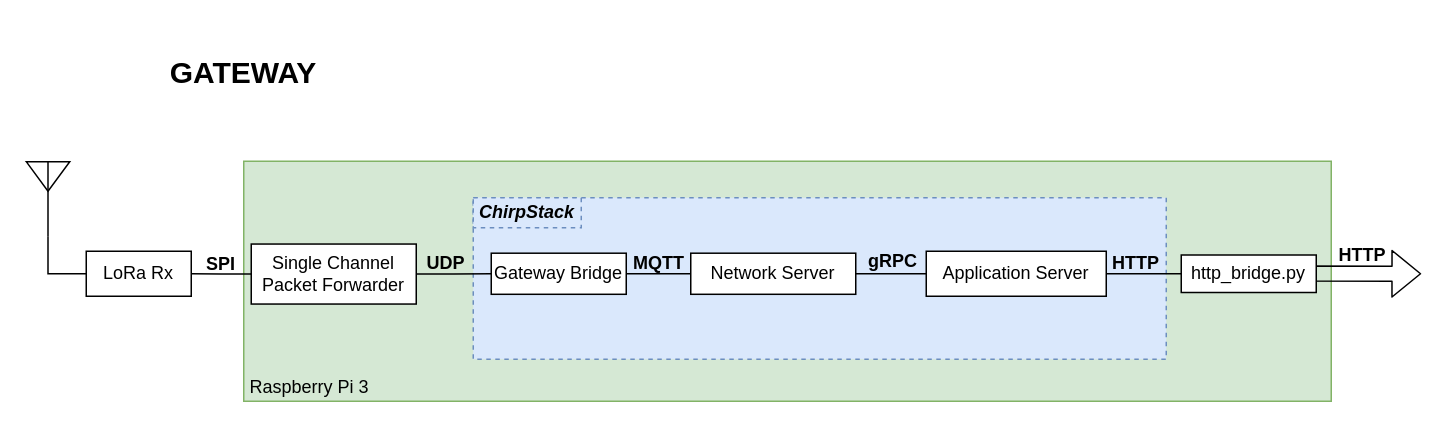
gonzadavidov/LoRaWAN-Gateway keeps this draw.io diagram as page "fog" (2 of 4) of docs/diagram.drawio. Above is the earlier version. Source tidied: cells renumbered, new cells numbered last; positions are measured from the earlier drawing's top-left corner, leaving out a move shared by most shapes. Both pictures are drawn from the tidied source at 150%, with x=0, y=0 at pixel (26, 26).
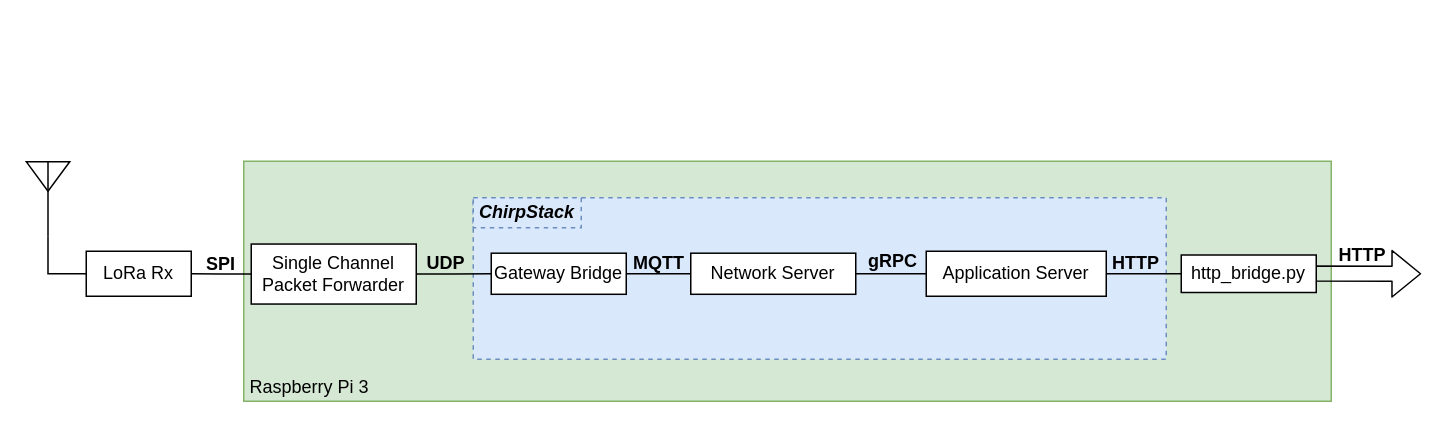
The same page after the edit.

Diff of the diagram source:
```diff
@@
-    <mxCell id="12" value="&lt;b&gt;&lt;font style=&quot;font-size: 20px&quot;&gt;GATEWAY&lt;/font&gt;&lt;/b&gt;" style="text;html=1;strokeColor=none;fillColor=none;align=center;verticalAlign=middle;whiteSpace=wrap;rounded=0;" parent="1" vertex="1">
-      <mxGeometry x="50" width="190" height="60" as="geometry" />
-    </mxCell>
```
